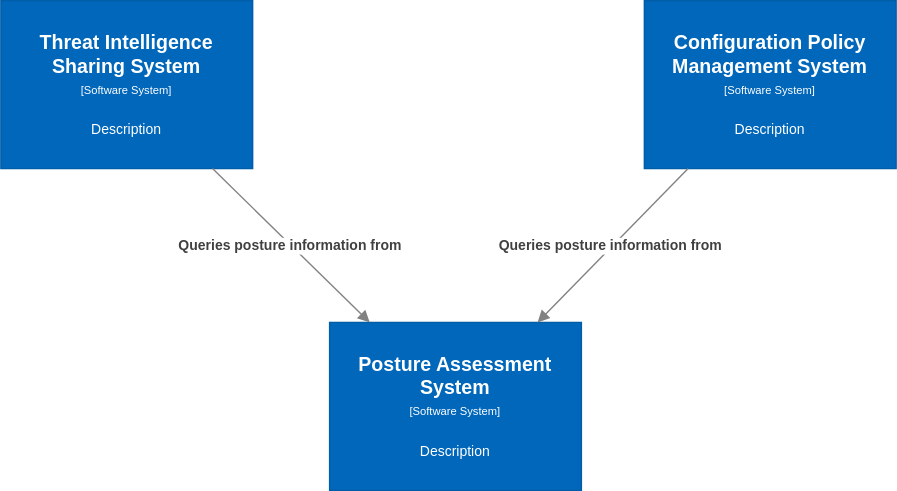
opencybersecurityalliance/documentation keeps this draw.io diagram as Architecture Documents/sacm-context.svg. Above is the earlier version. Source tidied: cells renumbered, new cells last; positions are measured from the earlier drawing's top-left corner, leaving out a move shared by most shapes.
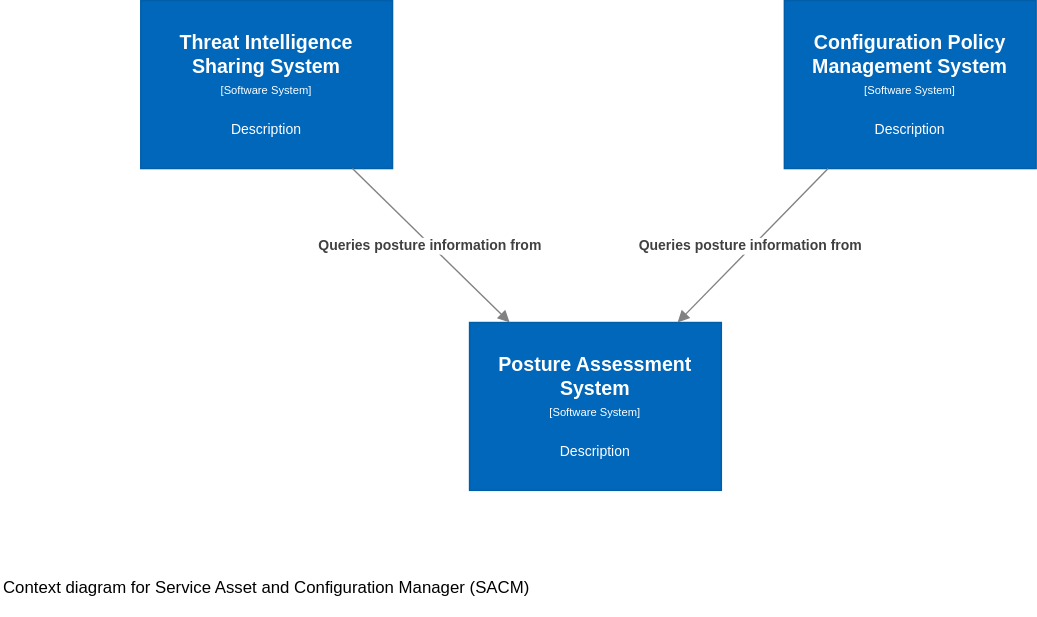
After the change.

What changed in the source:
```diff
@@ -27,5 +27,8 @@
         <mxGeometry relative="1" as="geometry" />
       </mxCell>
     </object>
+    <mxCell id="7" value="Context diagram for Service Asset and Configuration Manager (SACM)&lt;br&gt;" style="text;html=1;strokeColor=none;fillColor=none;align=left;verticalAlign=middle;whiteSpace=wrap;rounded=0;" parent="1" vertex="1">
+      <mxGeometry x="-100" y="400" width="430" height="40" as="geometry" />
+    </mxCell>
   </root>
 </mxGraphModel>
```
